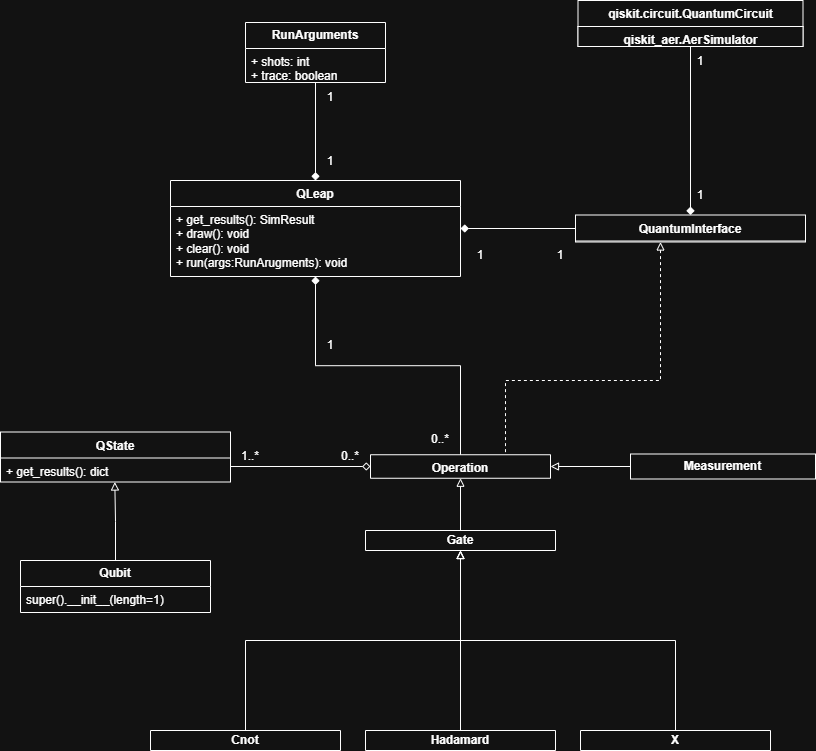
LejoLevan/qleap keeps this draw.io diagram as docs/source/_static/uml.drawio.png. Above is the earlier version. Source tidied: cells renumbered, new cells last; positions are measured from the earlier drawing's top-left corner, leaving out a move shared by most shapes. Source of this version:
```xml
<mxGraphModel>
  <root>
    <mxCell id="0" />
    <mxCell id="1" parent="0" />
    <mxCell id="2" value="QState" style="swimlane;fontStyle=1;align=center;verticalAlign=top;horizontal=1;startSize=26;whiteSpace=wrap;html=1;" parent="1" vertex="1">
      <mxGeometry y="431.5" width="230" height="50" as="geometry" />
    </mxCell>
    <mxCell id="3" value="&lt;div&gt;+ get_results(): dict&amp;nbsp;&lt;/div&gt;" style="text;strokeColor=none;fillColor=none;align=left;verticalAlign=top;spacingLeft=4;spacingRight=4;overflow=hidden;points=[[0,0.5],[1,0.5]];portConstraint=eastwest;whiteSpace=wrap;html=1;" parent="2" vertex="1">
      <mxGeometry y="26" width="230" height="24" as="geometry" />
    </mxCell>
    <mxCell id="4" style="edgeStyle=orthogonalEdgeStyle;rounded=0;jettySize=auto;html=1;entryX=0.5;entryY=0;entryDx=0;entryDy=0;startArrow=block;startFill=0;endArrow=none;endFill=0;" parent="1" edge="1" source="5" target="25">
      <mxGeometry relative="1" as="geometry" />
    </mxCell>
    <mxCell id="5" value="Operation" style="swimlane;fontStyle=1;align=center;verticalAlign=top;horizontal=1;startSize=26;whiteSpace=wrap;html=1;" parent="1" vertex="1">
      <mxGeometry x="370" y="454.2" width="180" height="23.5" as="geometry" />
    </mxCell>
    <mxCell id="6" style="edgeStyle=orthogonalEdgeStyle;rounded=0;jettySize=auto;html=1;entryX=0.497;entryY=1;entryDx=0;entryDy=0;entryPerimeter=0;endArrow=block;endFill=0;" parent="1" edge="1" source="7" target="3">
      <mxGeometry relative="1" as="geometry" />
    </mxCell>
    <mxCell id="7" value="&lt;b&gt;Qubit&lt;/b&gt;" style="swimlane;fontStyle=0;horizontal=1;startSize=26;fillColor=none;whiteSpace=wrap;html=1;" parent="1" vertex="1">
      <mxGeometry x="20" y="560" width="190" height="52" as="geometry" />
    </mxCell>
    <mxCell id="8" value="super().__init__(length=1)" style="text;strokeColor=none;fillColor=none;align=left;verticalAlign=top;spacingLeft=4;spacingRight=4;overflow=hidden;whiteSpace=wrap;html=1;" parent="7" vertex="1">
      <mxGeometry y="26" width="190" height="26" as="geometry" />
    </mxCell>
    <mxCell id="9" style="edgeStyle=orthogonalEdgeStyle;rounded=0;jettySize=auto;html=1;entryX=0.5;entryY=0;entryDx=0;entryDy=0;endArrow=none;endFill=0;startArrow=diamond;startFill=1;" parent="1" edge="1" source="11" target="5">
      <mxGeometry relative="1" as="geometry" />
    </mxCell>
    <mxCell id="10" style="edgeStyle=orthogonalEdgeStyle;rounded=0;jettySize=auto;html=1;entryX=0;entryY=0.5;entryDx=0;entryDy=0;startArrow=diamond;startFill=1;endArrow=none;endFill=0;" parent="1" edge="1" source="11" target="19">
      <mxGeometry relative="1" as="geometry" />
    </mxCell>
    <mxCell id="11" value="QLeap" style="swimlane;fontStyle=1;align=center;verticalAlign=top;horizontal=1;startSize=26;whiteSpace=wrap;html=1;" parent="1" vertex="1">
      <mxGeometry x="170" y="180" width="290" height="96" as="geometry" />
    </mxCell>
    <mxCell id="12" value="+ get_results(): SimResult&lt;div&gt;+ draw(): void&lt;/div&gt;&lt;div&gt;+ clear(): void&lt;/div&gt;&lt;div&gt;+ run(args:RunArugments): void&lt;/div&gt;" style="text;strokeColor=none;fillColor=none;align=left;verticalAlign=top;spacingLeft=4;spacingRight=4;overflow=hidden;whiteSpace=wrap;html=1;" parent="11" vertex="1">
      <mxGeometry y="26" width="290" height="70" as="geometry" />
    </mxCell>
    <mxCell id="13" style="edgeStyle=orthogonalEdgeStyle;rounded=0;jettySize=auto;html=1;entryX=0.5;entryY=0;entryDx=0;entryDy=0;endArrow=diamond;endFill=1;" parent="1" edge="1" source="14" target="11">
      <mxGeometry relative="1" as="geometry" />
    </mxCell>
    <mxCell id="14" value="&lt;b&gt;RunArguments&lt;/b&gt;" style="swimlane;fontStyle=0;horizontal=1;startSize=26;fillColor=none;whiteSpace=wrap;html=1;" parent="1" vertex="1">
      <mxGeometry x="245" y="22" width="140" height="60" as="geometry" />
    </mxCell>
    <mxCell id="15" value="+ shots: int&lt;div&gt;+ trace: boolean&lt;/div&gt;" style="text;strokeColor=none;fillColor=none;align=left;verticalAlign=top;spacingLeft=4;spacingRight=4;overflow=hidden;whiteSpace=wrap;html=1;" parent="14" vertex="1">
      <mxGeometry y="26" width="140" height="34" as="geometry" />
    </mxCell>
    <mxCell id="16" style="edgeStyle=orthogonalEdgeStyle;rounded=0;jettySize=auto;html=1;entryX=1;entryY=0.5;entryDx=0;entryDy=0;endArrow=block;endFill=0;" parent="1" edge="1" source="17" target="5">
      <mxGeometry relative="1" as="geometry" />
    </mxCell>
    <mxCell id="17" value="&lt;b&gt;Measurement&lt;/b&gt;" style="swimlane;fontStyle=0;horizontal=1;startSize=26;fillColor=none;whiteSpace=wrap;html=1;" parent="1" vertex="1">
      <mxGeometry x="630" y="453.5" width="185" height="25" as="geometry" />
    </mxCell>
    <mxCell id="18" style="edgeStyle=orthogonalEdgeStyle;rounded=0;jettySize=auto;html=1;entryX=0.75;entryY=0;entryDx=0;entryDy=0;startArrow=block;startFill=0;endArrow=none;endFill=0;dashed=1;" parent="1" edge="1" source="19" target="5">
      <mxGeometry relative="1" as="geometry">
        <Array as="points">
          <mxPoint x="660" y="380" />
          <mxPoint x="505" y="380" />
        </Array>
      </mxGeometry>
    </mxCell>
    <mxCell id="19" value="QuantumInterface" style="swimlane;fontStyle=1;align=center;verticalAlign=top;horizontal=1;startSize=26;whiteSpace=wrap;html=1;" parent="1" vertex="1">
      <mxGeometry x="575" y="214.5" width="230" height="27" as="geometry" />
    </mxCell>
    <mxCell id="20" style="edgeStyle=orthogonalEdgeStyle;rounded=0;jettySize=auto;html=1;entryX=0.5;entryY=0;entryDx=0;entryDy=0;endArrow=diamond;endFill=1;" parent="1" edge="1" source="21" target="19">
      <mxGeometry relative="1" as="geometry" />
    </mxCell>
    <mxCell id="21" value="qiskit.circuit.QuantumCircuit" style="swimlane;fontStyle=1;align=center;verticalAlign=top;horizontal=1;startSize=26;whiteSpace=wrap;html=1;" parent="1" vertex="1">
      <mxGeometry x="577.5" width="225" height="46" as="geometry" />
    </mxCell>
    <mxCell id="22" value="qiskit_aer.AerSimulator" style="swimlane;fontStyle=1;align=center;verticalAlign=top;horizontal=1;startSize=26;whiteSpace=wrap;html=1;" parent="21" vertex="1">
      <mxGeometry y="26" width="225" height="20" as="geometry" />
    </mxCell>
    <mxCell id="23" style="edgeStyle=orthogonalEdgeStyle;rounded=0;jettySize=auto;html=1;entryX=0;entryY=0.5;entryDx=0;entryDy=0;endArrow=diamond;endFill=0;" parent="1" edge="1" target="5">
      <mxGeometry relative="1" as="geometry">
        <mxPoint x="230" y="466" as="sourcePoint" />
      </mxGeometry>
    </mxCell>
    <mxCell id="24" style="edgeStyle=orthogonalEdgeStyle;rounded=0;jettySize=auto;html=1;entryX=0.5;entryY=0;entryDx=0;entryDy=0;startArrow=block;startFill=0;endArrow=none;endFill=0;" parent="1" edge="1" source="25" target="26">
      <mxGeometry relative="1" as="geometry" />
    </mxCell>
    <mxCell id="25" value="&lt;b&gt;Gate&lt;/b&gt;" style="swimlane;fontStyle=0;horizontal=1;startSize=26;fillColor=none;whiteSpace=wrap;html=1;" parent="1" vertex="1">
      <mxGeometry x="365" y="530" width="190" height="20" as="geometry" />
    </mxCell>
    <mxCell id="26" value="&lt;b&gt;Hadamard&lt;/b&gt;" style="swimlane;fontStyle=0;horizontal=1;startSize=26;fillColor=none;whiteSpace=wrap;html=1;" parent="1" vertex="1">
      <mxGeometry x="365" y="730" width="190" height="20" as="geometry" />
    </mxCell>
    <mxCell id="27" value="1..*" style="text;html=1;whiteSpace=wrap;strokeColor=none;fillColor=none;align=center;verticalAlign=middle;rounded=0;" parent="1" vertex="1">
      <mxGeometry x="220" y="441" width="60" height="30" as="geometry" />
    </mxCell>
    <mxCell id="28" value="0..*" style="text;html=1;whiteSpace=wrap;strokeColor=none;fillColor=none;align=center;verticalAlign=middle;rounded=0;" parent="1" vertex="1">
      <mxGeometry x="320" y="441" width="60" height="30" as="geometry" />
    </mxCell>
    <mxCell id="29" value="0..*" style="text;html=1;whiteSpace=wrap;strokeColor=none;fillColor=none;align=center;verticalAlign=middle;rounded=0;" parent="1" vertex="1">
      <mxGeometry x="410" y="424.2" width="60" height="30" as="geometry" />
    </mxCell>
    <mxCell id="30" value="1" style="text;html=1;whiteSpace=wrap;strokeColor=none;fillColor=none;align=center;verticalAlign=middle;rounded=0;" parent="1" vertex="1">
      <mxGeometry x="300" y="330" width="60" height="30" as="geometry" />
    </mxCell>
    <mxCell id="31" value="1" style="text;html=1;whiteSpace=wrap;strokeColor=none;fillColor=none;align=center;verticalAlign=middle;rounded=0;" parent="1" vertex="1">
      <mxGeometry x="450" y="240" width="60" height="30" as="geometry" />
    </mxCell>
    <mxCell id="32" value="1" style="text;html=1;whiteSpace=wrap;strokeColor=none;fillColor=none;align=center;verticalAlign=middle;rounded=0;" parent="1" vertex="1">
      <mxGeometry x="530" y="240" width="60" height="30" as="geometry" />
    </mxCell>
    <mxCell id="33" value="1" style="text;html=1;whiteSpace=wrap;strokeColor=none;fillColor=none;align=center;verticalAlign=middle;rounded=0;" parent="1" vertex="1">
      <mxGeometry x="670" y="46" width="60" height="30" as="geometry" />
    </mxCell>
    <mxCell id="34" value="1" style="text;html=1;whiteSpace=wrap;strokeColor=none;fillColor=none;align=center;verticalAlign=middle;rounded=0;" parent="1" vertex="1">
      <mxGeometry x="670" y="180" width="60" height="30" as="geometry" />
    </mxCell>
    <mxCell id="35" value="1" style="text;html=1;whiteSpace=wrap;strokeColor=none;fillColor=none;align=center;verticalAlign=middle;rounded=0;" parent="1" vertex="1">
      <mxGeometry x="300" y="82" width="60" height="30" as="geometry" />
    </mxCell>
    <mxCell id="36" value="1" style="text;html=1;whiteSpace=wrap;strokeColor=none;fillColor=none;align=center;verticalAlign=middle;rounded=0;" parent="1" vertex="1">
      <mxGeometry x="300" y="146" width="60" height="30" as="geometry" />
    </mxCell>
    <mxCell id="37" style="edgeStyle=orthogonalEdgeStyle;rounded=0;jettySize=auto;html=1;exitX=0.5;exitY=0;exitDx=0;exitDy=0;entryX=0.5;entryY=1;entryDx=0;entryDy=0;endArrow=block;endFill=0;" parent="1" edge="1" source="38" target="25">
      <mxGeometry relative="1" as="geometry" />
    </mxCell>
    <mxCell id="38" value="&lt;b&gt;X&lt;/b&gt;" style="swimlane;fontStyle=0;horizontal=1;startSize=26;fillColor=none;whiteSpace=wrap;html=1;" parent="1" vertex="1">
      <mxGeometry x="580" y="730" width="190" height="20" as="geometry" />
    </mxCell>
    <mxCell id="39" style="edgeStyle=orthogonalEdgeStyle;rounded=0;jettySize=auto;html=1;exitX=0.5;exitY=0;exitDx=0;exitDy=0;entryX=0.5;entryY=1;entryDx=0;entryDy=0;endArrow=block;endFill=0;" parent="1" edge="1" source="40" target="25">
      <mxGeometry relative="1" as="geometry" />
    </mxCell>
    <mxCell id="40" value="&lt;b&gt;Cnot&lt;/b&gt;" style="swimlane;fontStyle=0;horizontal=1;startSize=26;fillColor=none;whiteSpace=wrap;html=1;" parent="1" vertex="1">
      <mxGeometry x="150" y="730" width="190" height="20" as="geometry" />
    </mxCell>
  </root>
</mxGraphModel>
```
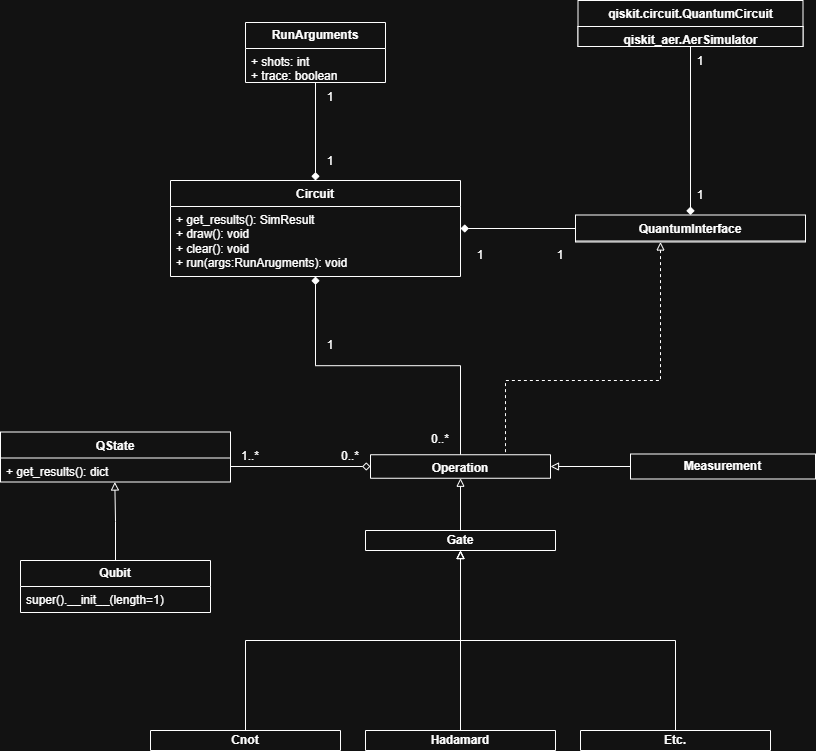
The same file after the commit.

Commit message:
uml qleap -> circuit, fixed warning in circuit def in architecture tab

What changed in the source:
```diff
@@ -29,7 +29,7 @@
     <mxCell id="10" style="edgeStyle=orthogonalEdgeStyle;rounded=0;jettySize=auto;html=1;entryX=0;entryY=0.5;entryDx=0;entryDy=0;startArrow=diamond;startFill=1;endArrow=none;endFill=0;" parent="1" edge="1" source="11" target="19">
       <mxGeometry relative="1" as="geometry" />
     </mxCell>
-    <mxCell id="11" value="QLeap" style="swimlane;fontStyle=1;align=center;verticalAlign=top;horizontal=1;startSize=26;whiteSpace=wrap;html=1;" parent="1" vertex="1">
+    <mxCell id="11" value="Circuit" style="swimlane;fontStyle=1;align=center;verticalAlign=top;horizontal=1;startSize=26;whiteSpace=wrap;html=1;" parent="1" vertex="1">
       <mxGeometry x="170" y="180" width="290" height="96" as="geometry" />
     </mxCell>
     <mxCell id="12" value="+ get_results(): SimResult&lt;div&gt;+ draw(): void&lt;/div&gt;&lt;div&gt;+ clear(): void&lt;/div&gt;&lt;div&gt;+ run(args:RunArugments): void&lt;/div&gt;" style="text;strokeColor=none;fillColor=none;align=left;verticalAlign=top;spacingLeft=4;spacingRight=4;overflow=hidden;whiteSpace=wrap;html=1;" parent="11" vertex="1">
@@ -117,7 +117,7 @@
     <mxCell id="37" style="edgeStyle=orthogonalEdgeStyle;rounded=0;jettySize=auto;html=1;exitX=0.5;exitY=0;exitDx=0;exitDy=0;entryX=0.5;entryY=1;entryDx=0;entryDy=0;endArrow=block;endFill=0;" parent="1" edge="1" source="38" target="25">
       <mxGeometry relative="1" as="geometry" />
     </mxCell>
-    <mxCell id="38" value="&lt;b&gt;X&lt;/b&gt;" style="swimlane;fontStyle=0;horizontal=1;startSize=26;fillColor=none;whiteSpace=wrap;html=1;" parent="1" vertex="1">
+    <mxCell id="38" value="&lt;b&gt;Etc.&lt;/b&gt;" style="swimlane;fontStyle=0;horizontal=1;startSize=26;fillColor=none;whiteSpace=wrap;html=1;" parent="1" vertex="1">
       <mxGeometry x="580" y="730" width="190" height="20" as="geometry" />
     </mxCell>
     <mxCell id="39" style="edgeStyle=orthogonalEdgeStyle;rounded=0;jettySize=auto;html=1;exitX=0.5;exitY=0;exitDx=0;exitDy=0;entryX=0.5;entryY=1;entryDx=0;entryDy=0;endArrow=block;endFill=0;" parent="1" edge="1" source="40" target="25">
```
